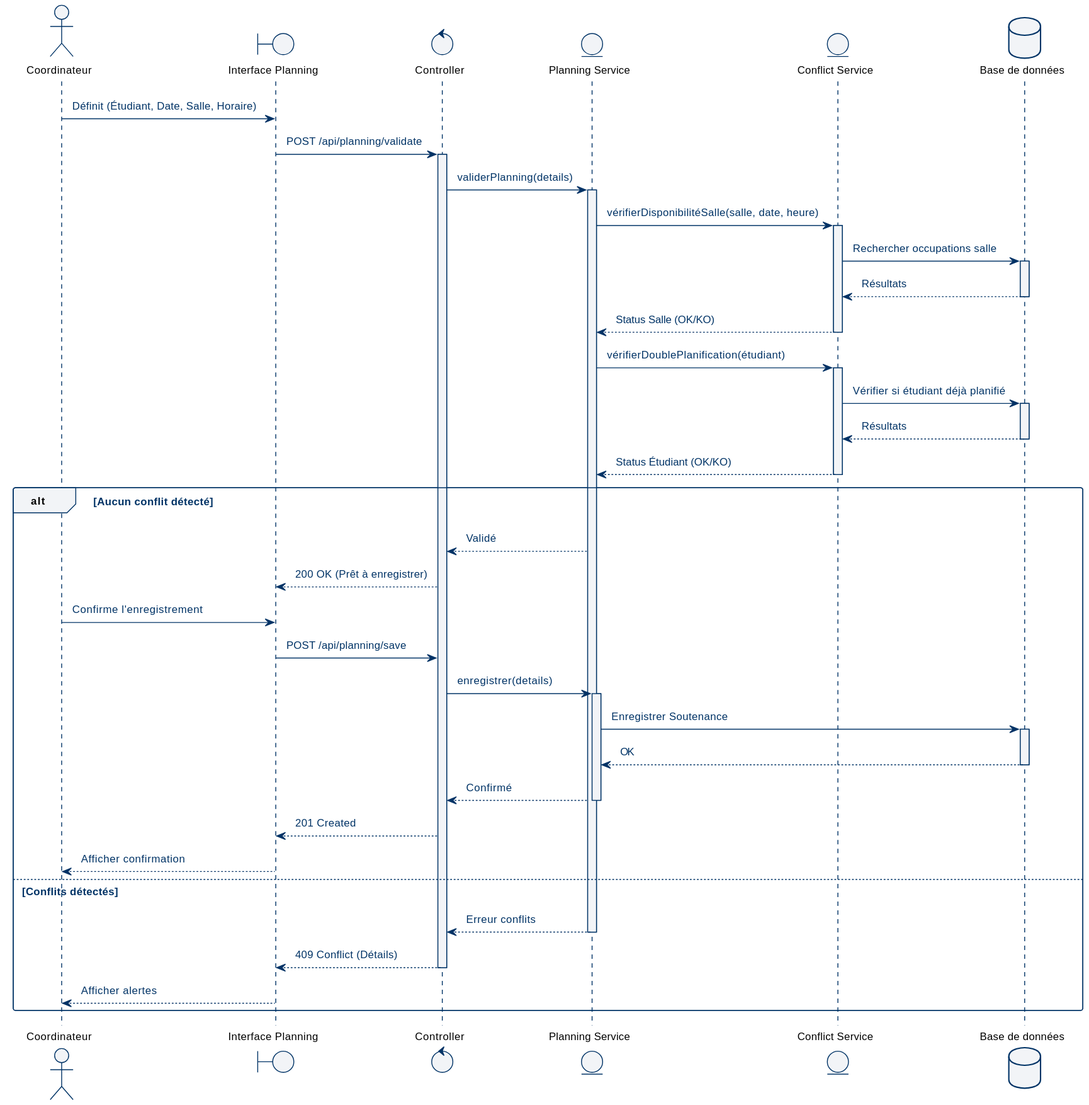
The PlantUML diagram docs/diagrams/svg/seq_planning.svg in abdelaziz-ebourki/system-gestion-soutenance, before a commit. Its diagram source:
```plantuml
@startuml
!theme pfe from .

actor "Coordinateur" as Coord
boundary "Interface Planning" as Front
control "Controller" as Controller
entity "Planning Service" as Service
entity "Conflict Service" as Conflict
database "Base de données" as DB

Coord -> Front : Définit (Étudiant, Date, Salle, Horaire)
Front -> Controller : POST /api/planning/validate
activate Controller

Controller -> Service : validerPlanning(details)
activate Service

Service -> Conflict : vérifierDisponibilitéSalle(salle, date, heure)
activate Conflict
Conflict -> DB : Rechercher occupations salle
activate DB
DB --> Conflict : Résultats
deactivate DB
Conflict --> Service : Status Salle (OK/KO)
deactivate Conflict

Service -> Conflict : vérifierDoublePlanification(étudiant)
activate Conflict
Conflict -> DB : Vérifier si étudiant déjà planifié
activate DB
DB --> Conflict : Résultats
deactivate DB
Conflict --> Service : Status Étudiant (OK/KO)
deactivate Conflict

alt Aucun conflit détecté
    Service --> Controller : Validé
    Controller --> Front : 200 OK (Prêt à enregistrer)
    Coord -> Front : Confirme l'enregistrement
    Front -> Controller : POST /api/planning/save
    Controller -> Service : enregistrer(details)
    activate Service
    Service -> DB : Enregistrer Soutenance
    activate DB
    DB --> Service : OK
    deactivate DB
    Service --> Controller : Confirmé
    deactivate Service
    Controller --> Front : 201 Created
    Front --> Coord : Afficher confirmation
else Conflits détectés
    Service --> Controller : Erreur conflits
    deactivate Service
    Controller --> Front : 409 Conflict (Détails)
    deactivate Controller
    Front --> Coord : Afficher alertes
end
@enduml
```
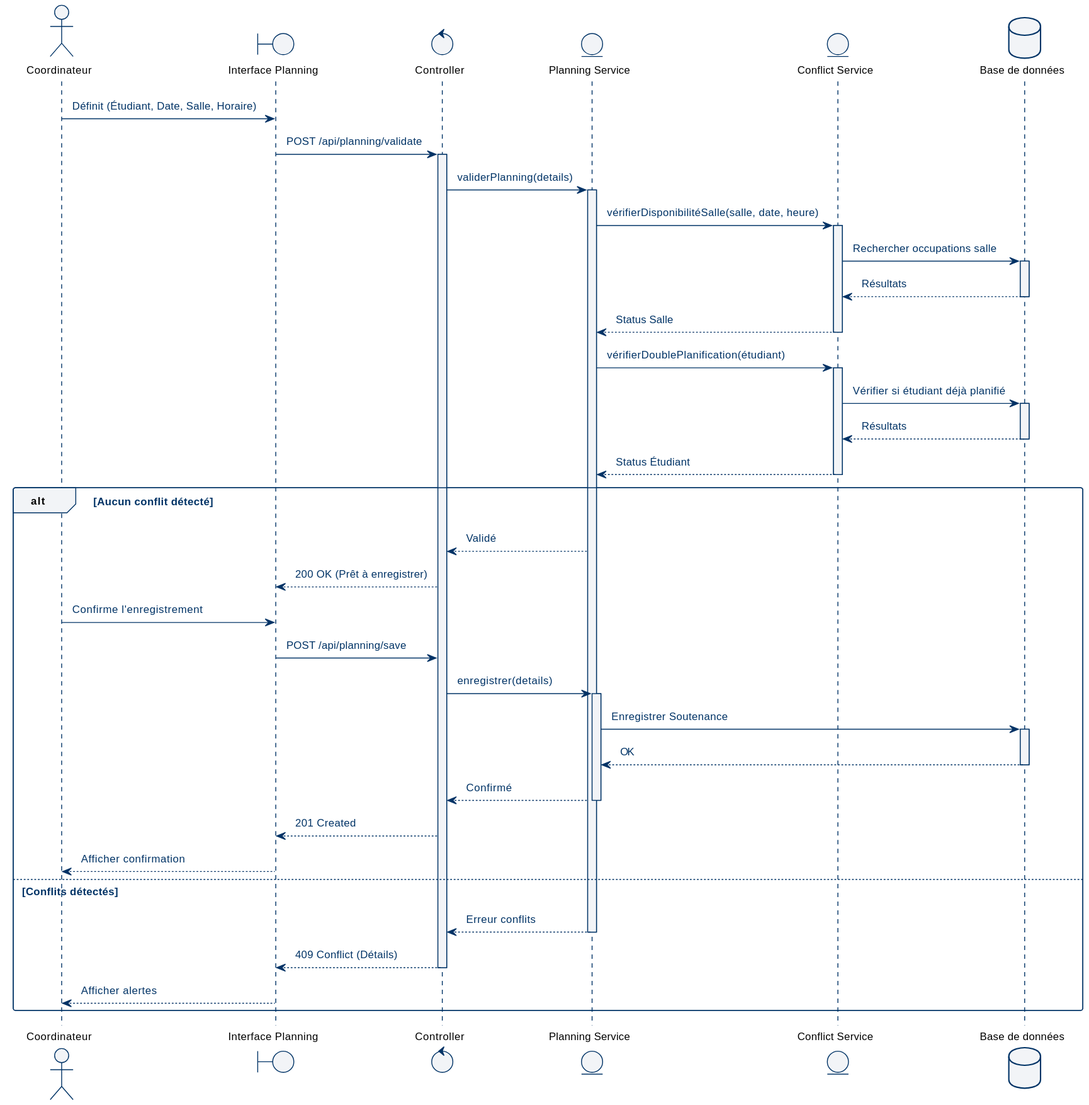
The same file after the commit.

What changed in the source:
```diff
@@ -21,7 +21,7 @@
 activate DB
 DB --> Conflict : Résultats
 deactivate DB
-Conflict --> Service : Status Salle (OK/KO)
+Conflict --> Service : Status Salle
 deactivate Conflict
 
 Service -> Conflict : vérifierDoublePlanification(étudiant)
@@ -30,7 +30,7 @@
 activate DB
 DB --> Conflict : Résultats
 deactivate DB
-Conflict --> Service : Status Étudiant (OK/KO)
+Conflict --> Service : Status Étudiant
 deactivate Conflict
 
 alt Aucun conflit détecté
```
